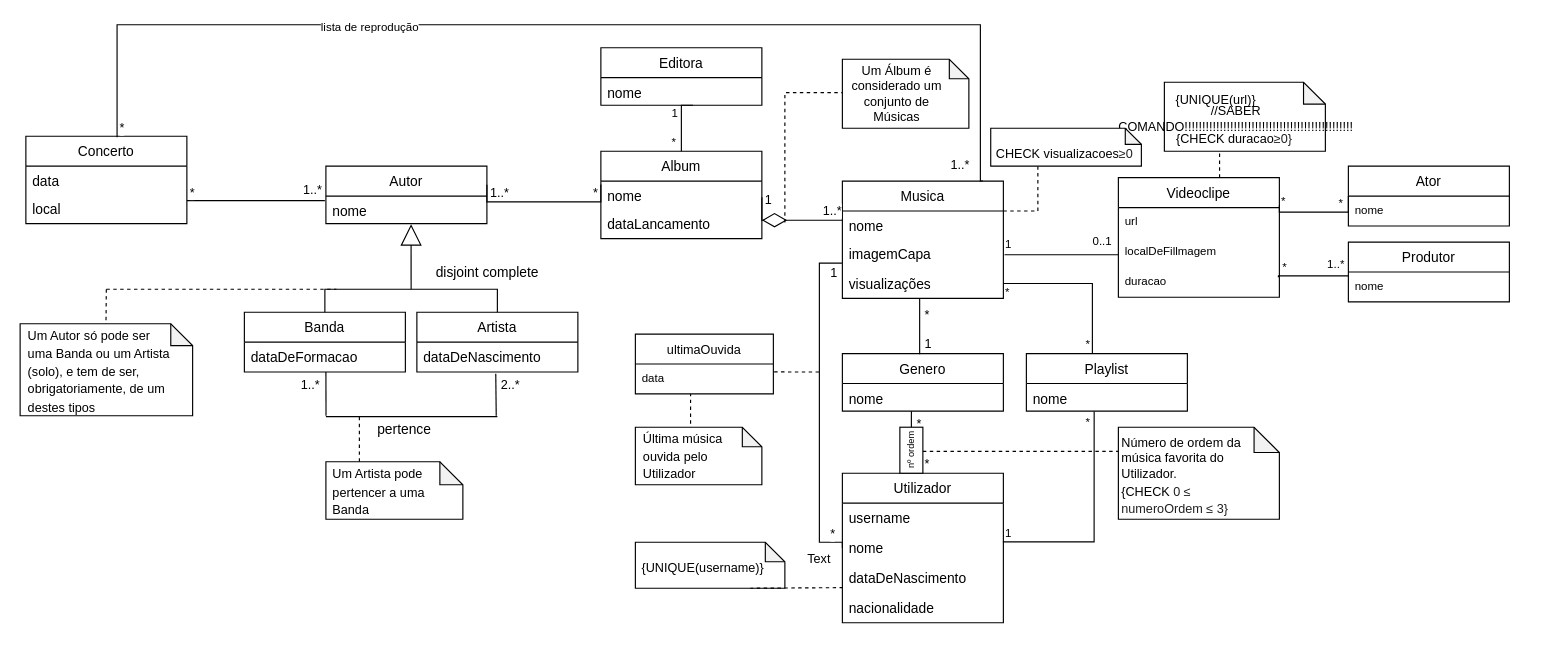
The draw.io diagram ConceitoFinal.drawio in manueljamorim/Pacos_de_Danca, before the edit. Source tidied: cells renumbered, new cells numbered last; positions are measured from the earlier drawing's top-left corner, leaving out a move shared by most shapes. Both pictures are drawn from the tidied source at 115%, with x=0, y=0 at pixel (20, 24).
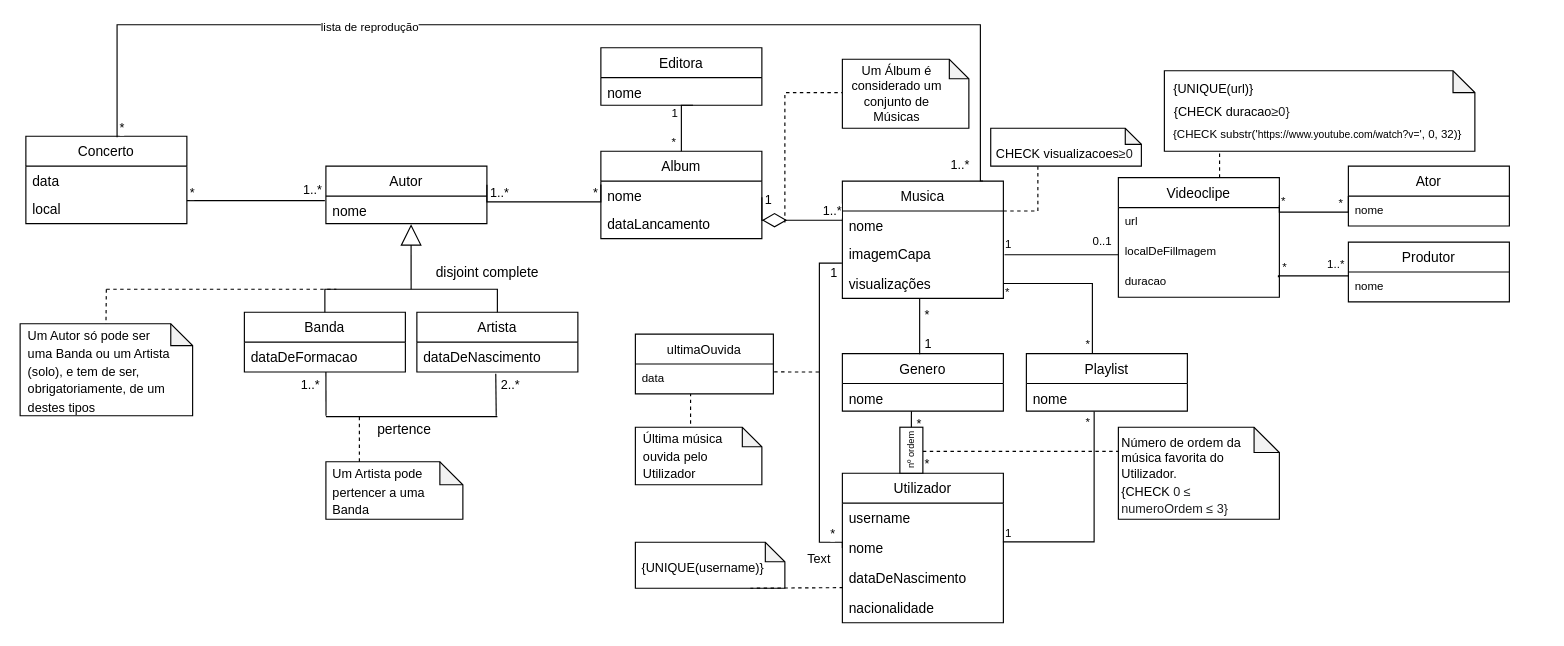
The same page after the edit.

Change to the diagram source:
```diff
@@
     <mxCell id="112" style="shape=note;whiteSpace=wrap;html=1;backgroundOutline=1;darkOpacity=0.05;fontFamily=Helvetica;fontSize=11;size=19;" parent="1" vertex="1">
-      <mxGeometry x="995" y="50" width="140" height="60" as="geometry" />
+      <mxGeometry x="995" y="40" width="270" height="70" as="geometry" />
     </mxCell>
     <mxCell id="113" value="{UNIQUE(url)}" style="text;html=1;strokeColor=none;fillColor=none;align=center;verticalAlign=middle;whiteSpace=wrap;rounded=0;fontFamily=Helvetica;fontSize=11;" parent="1" vertex="1">
-      <mxGeometry x="1015" y="50" width="50" height="30" as="geometry" />
+      <mxGeometry x="1013" y="41" width="50" height="30" as="geometry" />
     </mxCell>
     <mxCell id="114" value="{CHECK duracao&lt;span style=&quot;color: rgb(32 , 33 , 34) ; background: white&quot;&gt;&lt;font style=&quot;font-size: 11px&quot;&gt;≥0}&lt;/font&gt;&lt;/span&gt;" style="text;html=1;strokeColor=none;fillColor=none;align=center;verticalAlign=middle;whiteSpace=wrap;rounded=0;fontFamily=Helvetica;fontSize=11;" parent="1" vertex="1">
-      <mxGeometry x="1001" y="84" width="110" height="30" as="geometry" />
+      <mxGeometry x="999" y="61" width="110" height="30" as="geometry" />
     </mxCell>
-    <mxCell id="115" value="//SABER COMANDO!!!!!!!!!!!!!!!!!!!!!!!!!!!!!!!!!!!!!!!!!!!!!!!!" style="text;html=1;strokeColor=none;fillColor=none;align=center;verticalAlign=middle;whiteSpace=wrap;rounded=0;fontFamily=Helvetica;fontSize=11;" parent="1" vertex="1">
-      <mxGeometry x="999" y="67" width="117" height="30" as="geometry" />
+    <mxCell id="115" value="{CHECK substr('&lt;font style=&quot;font-size: 9px&quot;&gt;https://www.youtube.com/watch?v=&lt;/font&gt;', 0, 32)}" style="text;html=1;strokeColor=none;fillColor=none;align=left;verticalAlign=middle;whiteSpace=wrap;rounded=0;fontFamily=Helvetica;fontSize=10;" parent="1" vertex="1">
+      <mxGeometry x="1001" y="80" width="324" height="30" as="geometry" />
     </mxCell>
```
